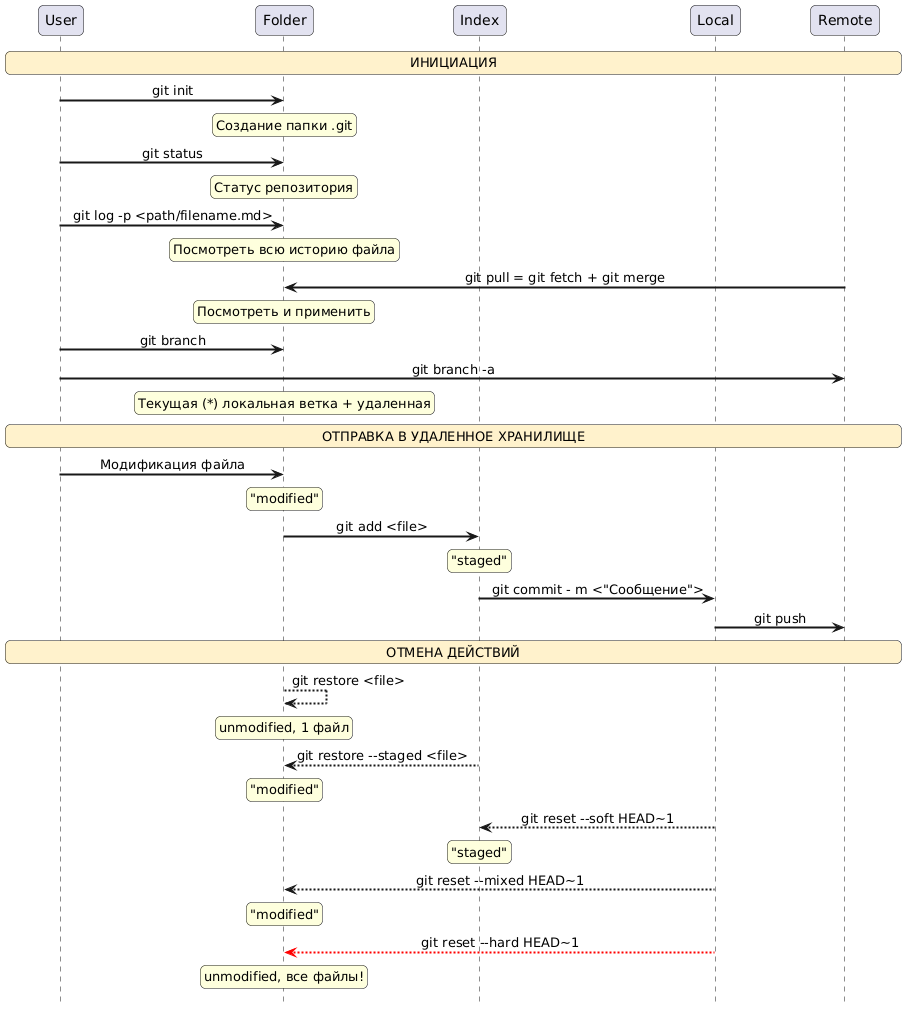
iliasmsk/demo keeps this PlantUML diagram as Screens/git_commands.png. Above is the earlier version. The source it was exported from:
```plantuml
@startuml
hide footbox
skinparam sequenceMessageAlign center
skinparam sequenceArrowThickness 2
skinparam roundcorner 10
skinparam ParticipantPadding 30

participant User
participant Folder
participant Index
participant Local
participant Remote

rnote across #FFF2CC: ИНИЦИАЦИЯ
User -> Folder: git init
rnote over Folder
Создание папки .git
end note
User -> Folder: git status
rnote over Folder
Статус репозитория
end note
User -> Folder: git log -p <path/filename.md>
rnote over Folder
Посмотреть всю историю файла
end note
Remote -> Folder: git pull = git fetch + git merge
rnote over Folder
Посмотреть и применить
end note
User -> Folder: git branch
User -> Remote: git branch -a
rnote over Folder
Текущая (*) локальная ветка + удаленная
end note

rnote across #FFF2CC: ОТПРАВКА В УДАЛЕННОЕ ХРАНИЛИЩЕ
User -> Folder: Модификация файла
rnote over Folder
"modified"
end note
Folder -> Index: git add <file>
rnote over Index
"staged"
end note
Index -> Local: git commit - m <"Сообщение">
Local -> Remote: git push

rnote across #FFF2CC: ОТМЕНА ДЕЙСТВИЙ
Folder --> Folder: git restore <file>
rnote over Folder
unmodified, 1 файл
end note
Index --> Folder: git restore --staged <file>
rnote over Folder
"modified"
end note
Local --> Index: git reset --soft HEAD~1
rnote over Index
"staged"
end note
Local --> Folder: git reset --mixed HEAD~1
rnote over Folder
"modified"
end note
Local --[#red]> Folder: git reset --hard HEAD~1
rnote over Folder
unmodified, все файлы!
end note
@enduml
```
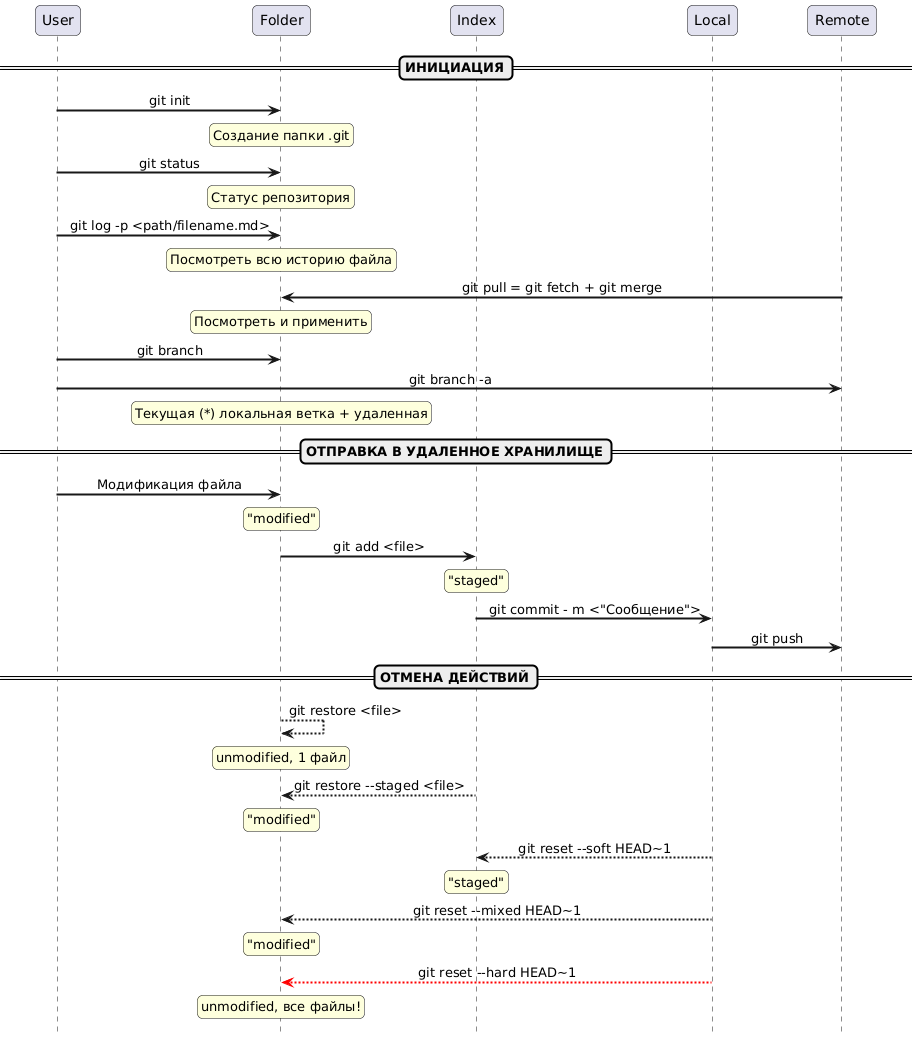
The same file after the commit.

What changed in the source:
```diff
@@ -11,7 +11,7 @@
 participant Local
 participant Remote
 
-rnote across #FFF2CC: ИНИЦИАЦИЯ
+==ИНИЦИАЦИЯ==
 User -> Folder: git init
 rnote over Folder
 Создание папки .git
@@ -34,7 +34,7 @@
 Текущая (*) локальная ветка + удаленная
 end note
 
-rnote across #FFF2CC: ОТПРАВКА В УДАЛЕННОЕ ХРАНИЛИЩЕ
+==ОТПРАВКА В УДАЛЕННОЕ ХРАНИЛИЩЕ==
 User -> Folder: Модификация файла
 rnote over Folder
 "modified"
@@ -46,7 +46,7 @@
 Index -> Local: git commit - m <"Сообщение">
 Local -> Remote: git push
 
-rnote across #FFF2CC: ОТМЕНА ДЕЙСТВИЙ
+==ОТМЕНА ДЕЙСТВИЙ==
 Folder --> Folder: git restore <file>
 rnote over Folder
 unmodified, 1 файл
```
